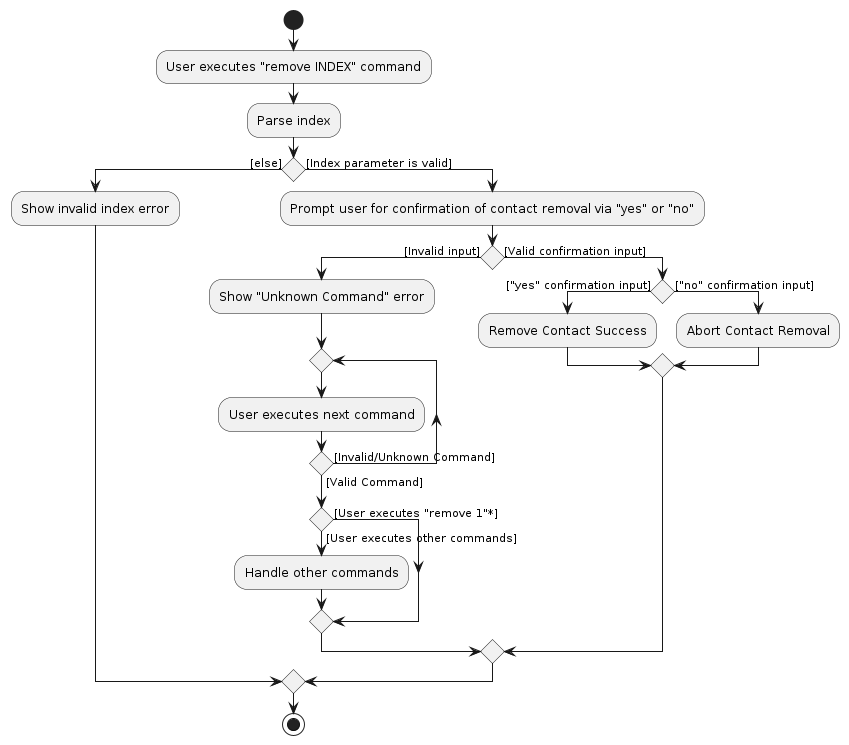
smolegz/tp keeps this PlantUML diagram as diagrams/SafeRemovalActivityDiagram.png. Above is the earlier version. Its source is kept beside it as diagrams/SafeRemovalActivityDiagram.puml. The source it was exported from:
```plantuml
@startuml
start
    :User executes "remove INDEX" command;
    :Parse index;
    if () then ([else])
        :Show invalid index error;
    else ([Index parameter is valid])
        :Prompt user for confirmation of contact removal via "yes" or "no";
        if () then ([Invalid input])
            :Show "Unknown Command" error;
            repeat
            :User executes next command;
            repeat while () is ([Invalid/Unknown Command]) not ([Valid Command])
            if () then ([User executes "remove 1"*])
            else ([User executes other commands])
                :Handle other commands;
            endif
        else ([Valid confirmation input])
            if () then (["yes" confirmation input])
                :Remove Contact Success;
            else (["no" confirmation input])
                :Abort Contact Removal;
            endif
        endif
    endif

stop
@enduml
```
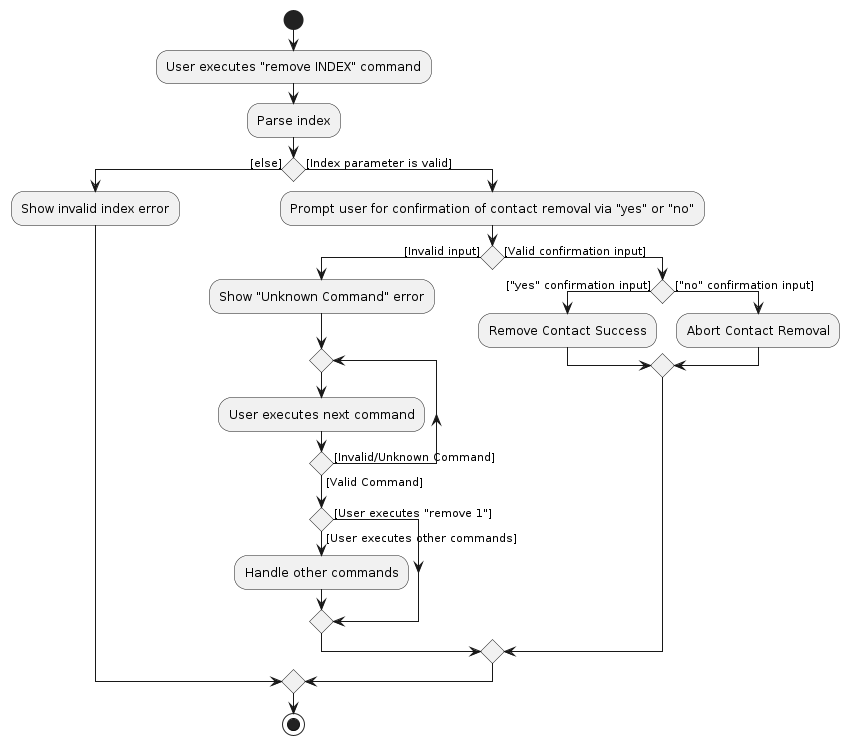
The same diagram one commit later.

Change to the diagram source:
```diff
@@ -11,7 +11,7 @@
             repeat
             :User executes next command;
             repeat while () is ([Invalid/Unknown Command]) not ([Valid Command])
-            if () then ([User executes "remove 1"*])
+            if () then ([User executes "remove 1"])
             else ([User executes other commands])
                 :Handle other commands;
             endif
```
